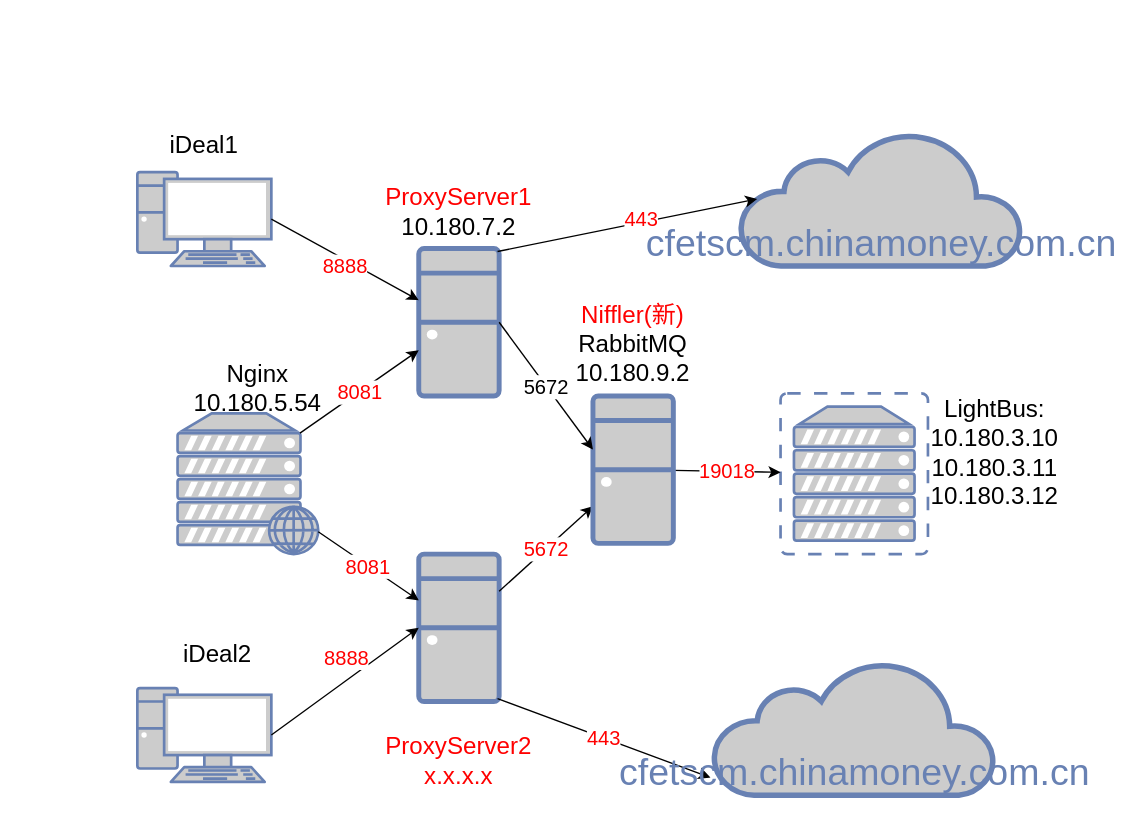
farrellcn/draw.io keeps this draw.io diagram as cotopus.drawio. Above is the earlier version. Source tidied: cells renumbered, new cells numbered last; positions are measured from the earlier drawing's top-left corner, leaving out a move shared by most shapes. Both pictures are drawn from the tidied source at 134%, with x=0, y=0 at pixel (137, 125).
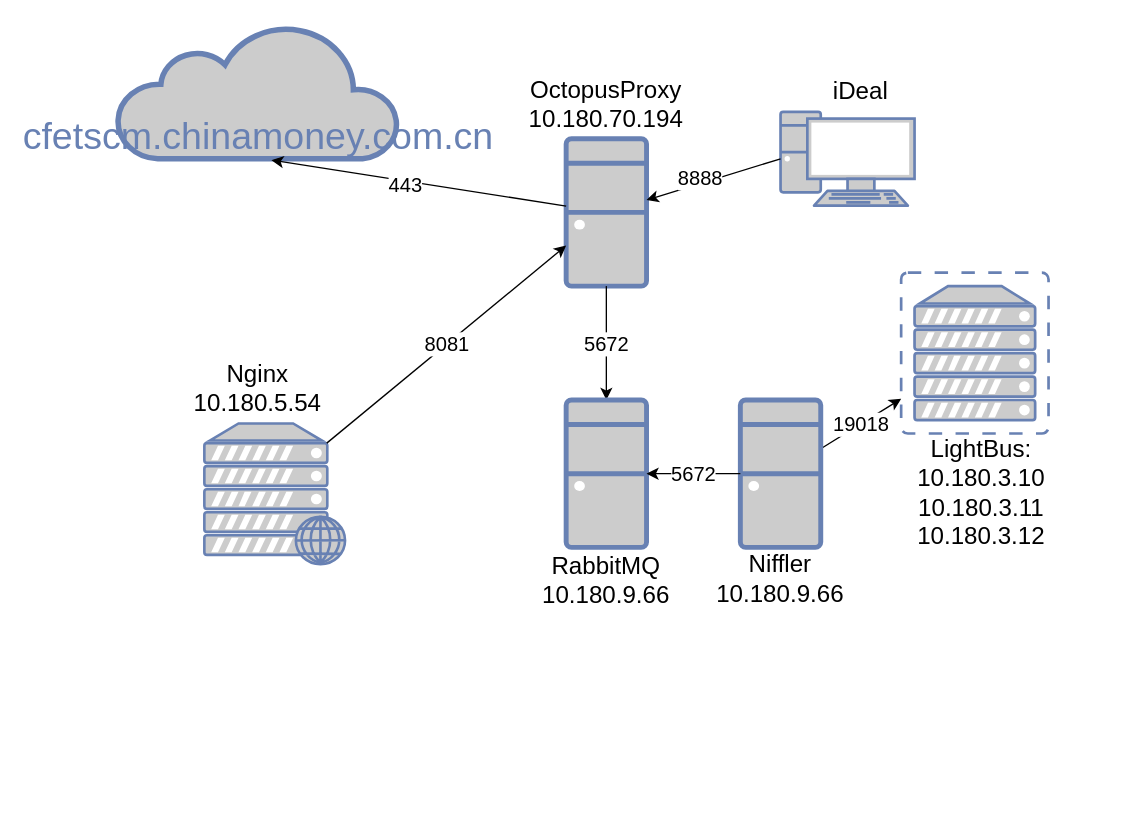
The same page after the edit.

Change to the diagram source:
```diff
@@
     <mxCell id="2" value="&lt;br&gt;&lt;br&gt;cfetscm.chinamoney.com.cn" style="html=1;fillColor=#CCCCCC;strokeColor=#6881B3;gradientColor=none;gradientDirection=north;strokeWidth=2;shape=mxgraph.networks.cloud;fontColor=#6881B3;rounded=0;shadow=0;comic=0;align=center;fontSize=28;" parent="1" vertex="1">
-      <mxGeometry x="450" y="5" width="210" height="100" as="geometry" />
+      <mxGeometry x="-15" y="-75" width="210" height="100" as="geometry" />
     </mxCell>
     <mxCell id="3" style="fontColor=#0066CC;verticalAlign=top;verticalLabelPosition=bottom;labelPosition=center;align=center;html=1;outlineConnect=0;fillColor=#CCCCCC;strokeColor=#6881B3;gradientColor=none;gradientDirection=north;strokeWidth=2;shape=mxgraph.networks.desktop_pc;" parent="1" vertex="1">
-      <mxGeometry x="210" y="92" width="60" height="110" as="geometry" />
+      <mxGeometry x="320" y="10" width="60" height="110" as="geometry" />
     </mxCell>
     <mxCell id="4" style="fontColor=#0066CC;verticalAlign=top;verticalLabelPosition=bottom;labelPosition=center;align=center;html=1;outlineConnect=0;fillColor=#CCCCCC;strokeColor=#6881B3;gradientColor=none;gradientDirection=north;strokeWidth=2;shape=mxgraph.networks.pc;" parent="1" vertex="1">
-      <mxGeometry y="35" width="100" height="70" as="geometry" />
+      <mxGeometry x="480" y="-10" width="100" height="70" as="geometry" />
     </mxCell>
-    <mxCell id="5" style="fontColor=#0066CC;verticalAlign=top;verticalLabelPosition=bottom;labelPosition=center;align=center;html=1;outlineConnect=0;fillColor=#CCCCCC;strokeColor=#6881B3;gradientColor=none;gradientDirection=north;strokeWidth=2;shape=mxgraph.networks.pc;" parent="1" vertex="1">
-      <mxGeometry y="420" width="100" height="70" as="geometry" />
-    </mxCell>
     <mxCell id="6" style="fontColor=#0066CC;verticalAlign=top;verticalLabelPosition=bottom;labelPosition=center;align=center;html=1;outlineConnect=0;fillColor=#CCCCCC;strokeColor=#6881B3;gradientColor=none;gradientDirection=north;strokeWidth=2;shape=mxgraph.networks.virtual_server;" parent="1" vertex="1">
-      <mxGeometry x="480" y="200" width="110" height="120" as="geometry" />
+      <mxGeometry x="570" y="110" width="110" height="120" as="geometry" />
     </mxCell>
-    <mxCell id="7" style="fontColor=#0066CC;verticalAlign=top;verticalLabelPosition=bottom;labelPosition=center;align=center;html=1;outlineConnect=0;fillColor=#CCCCCC;strokeColor=#6881B3;gradientColor=none;gradientDirection=north;strokeWidth=2;shape=mxgraph.networks.desktop_pc;" parent="1" vertex="1">
-      <mxGeometry x="210" y="320" width="60" height="110" as="geometry" />
-    </mxCell>
-    <mxCell id="8" value="&lt;font style=&quot;font-size: 18px;&quot;&gt;iDeal1&lt;br&gt;&lt;/font&gt;" style="text;strokeColor=none;align=center;fillColor=none;html=1;verticalAlign=middle;whiteSpace=wrap;rounded=0;" parent="1" vertex="1">
-      <mxGeometry x="20" width="60" height="30" as="geometry" />
+    <mxCell id="8" value="&lt;font style=&quot;font-size: 18px;&quot;&gt;iDeal&lt;br&gt;&lt;/font&gt;" style="text;strokeColor=none;align=center;fillColor=none;html=1;verticalAlign=middle;whiteSpace=wrap;rounded=0;" parent="1" vertex="1">
+      <mxGeometry x="510" y="-40" width="60" height="30" as="geometry" />
     </mxCell>
-    <mxCell id="9" value="&lt;font style=&quot;font-size: 18px;&quot;&gt;iDeal2&lt;br&gt;&lt;/font&gt;" style="text;strokeColor=none;align=center;fillColor=none;html=1;verticalAlign=middle;whiteSpace=wrap;rounded=0;" parent="1" vertex="1">
-      <mxGeometry x="30" y="380" width="60" height="30" as="geometry" />
-    </mxCell>
-    <mxCell id="10" value="&lt;font style=&quot;font-size: 18px;&quot;&gt;ProxyServer2&lt;br&gt;x.x.x.x&lt;br&gt;&lt;/font&gt;" style="text;strokeColor=none;align=center;fillColor=none;html=1;verticalAlign=middle;whiteSpace=wrap;rounded=0;fontColor=#FF0000;labelBackgroundColor=default;" parent="1" vertex="1">
-      <mxGeometry x="210" y="460" width="60" height="30" as="geometry" />
-    </mxCell>
-    <mxCell id="11" value="&lt;font style=&quot;font-size: 15px;&quot;&gt;443&lt;/font&gt;" style="endArrow=classic;html=1;rounded=0;exitX=0.98;exitY=0.02;exitDx=0;exitDy=0;exitPerimeter=0;entryX=0.06;entryY=0.5;entryDx=0;entryDy=0;entryPerimeter=0;fontSize=15;fontColor=#FF0000;" parent="1" edge="1" source="3" target="2">
+    <mxCell id="11" value="&lt;font style=&quot;font-size: 15px;&quot;&gt;443&lt;/font&gt;" style="endArrow=classic;html=1;rounded=0;fontSize=15;fontColor=#000000;entryX=0.548;entryY=1.01;entryDx=0;entryDy=0;entryPerimeter=0;" parent="1" edge="1" source="3" target="2">
       <mxGeometry x="0.1" y="3" relative="1" as="geometry">
         <mxPoint x="1" as="offset" />
       </mxGeometry>
     </mxCell>
-    <mxCell id="12" value="443" style="endArrow=classic;html=1;rounded=0;entryX=-0.011;entryY=0.868;entryDx=0;entryDy=0;entryPerimeter=0;fontSize=15;exitX=0.98;exitY=0.98;exitDx=0;exitDy=0;exitPerimeter=0;fontColor=#FF0000;" parent="1" edge="1" source="7" target="26">
-      <mxGeometry relative="1" as="geometry" />
-    </mxCell>
     <mxCell id="13" style="fontColor=#0066CC;verticalAlign=top;verticalLabelPosition=bottom;labelPosition=center;align=center;html=1;outlineConnect=0;fillColor=#CCCCCC;strokeColor=#6881B3;gradientColor=none;gradientDirection=north;strokeWidth=2;shape=mxgraph.networks.web_server;" parent="1" vertex="1">
-      <mxGeometry x="30" y="215" width="105" height="105" as="geometry" />
+      <mxGeometry x="50" y="222.5" width="105" height="105" as="geometry" />
     </mxCell>
     <mxCell id="14" value="&lt;font style=&quot;font-size: 18px;&quot;&gt;LightBus:&lt;br&gt;10.180.3.10&lt;br&gt;10.180.3.11&lt;br&gt;10.180.3.12&lt;br&gt;&lt;/font&gt;" style="text;strokeColor=none;align=center;fillColor=none;html=1;verticalAlign=middle;whiteSpace=wrap;rounded=0;" parent="1" vertex="1">
-      <mxGeometry x="610" y="230" width="60" height="30" as="geometry" />
+      <mxGeometry x="600" y="260" width="60" height="30" as="geometry" />
     </mxCell>
-    <mxCell id="15" value="&lt;font style=&quot;font-size: 15px;&quot;&gt;8081&lt;/font&gt;" style="endArrow=classic;html=1;rounded=0;exitX=0.87;exitY=0.14;exitDx=0;exitDy=0;exitPerimeter=0;fontColor=#FF0000;" parent="1" edge="1" source="13" target="3">
+    <mxCell id="15" value="&lt;font style=&quot;font-size: 15px;&quot;&gt;8081&lt;/font&gt;" style="endArrow=classic;html=1;rounded=0;exitX=0.87;exitY=0.14;exitDx=0;exitDy=0;exitPerimeter=0;fontColor=#000000;strokeColor=default;" parent="1" edge="1" source="13" target="3">
       <mxGeometry relative="1" as="geometry" />
     </mxCell>
@@
-    <mxCell id="17" value="19018" style="endArrow=classic;html=1;rounded=0;fontSize=15;fontColor=#FF0000;" parent="1" edge="1" source="19" target="6">
-      <mxGeometry relative="1" as="geometry" />
+    <mxCell id="17" value="19018" style="endArrow=classic;html=1;rounded=0;fontSize=15;fontColor=#000000;" parent="1" edge="1" source="19" target="6">
+      <mxGeometry x="-0.01" relative="1" as="geometry" />
     </mxCell>
-    <mxCell id="18" value="&lt;font style=&quot;font-size: 15px;&quot;&gt;5672&lt;/font&gt;" style="endArrow=classic;html=1;rounded=0;fontColor=#FF0000;" parent="1" edge="1" source="7" target="19">
-      <mxGeometry relative="1" as="geometry" />
-    </mxCell>
     <mxCell id="19" style="fontColor=#0066CC;verticalAlign=top;verticalLabelPosition=bottom;labelPosition=center;align=center;html=1;outlineConnect=0;fillColor=#CCCCCC;strokeColor=#6881B3;gradientColor=none;gradientDirection=north;strokeWidth=2;shape=mxgraph.networks.desktop_pc;" parent="1" vertex="1">
-      <mxGeometry x="340" y="202" width="60" height="110" as="geometry" />
+      <mxGeometry x="450" y="205" width="60" height="110" as="geometry" />
     </mxCell>
-    <mxCell id="20" value="&lt;font style=&quot;font-size: 15px;&quot;&gt;5672&lt;/font&gt;" style="endArrow=classic;html=1;rounded=0;exitX=1;exitY=0.5;exitDx=0;exitDy=0;exitPerimeter=0;entryX=0;entryY=0.364;entryDx=0;entryDy=0;entryPerimeter=0;" parent="1" edge="1" source="3" target="19">
+    <mxCell id="20" value="&lt;font style=&quot;font-size: 15px;&quot;&gt;5672&lt;/font&gt;" style="endArrow=classic;html=1;rounded=0;exitX=0.5;exitY=1;exitDx=0;exitDy=0;exitPerimeter=0;entryX=0.5;entryY=0;entryDx=0;entryDy=0;entryPerimeter=0;" parent="1" edge="1" source="3" target="29">
       <mxGeometry relative="1" as="geometry" />
     </mxCell>
-    <mxCell id="21" value="&lt;font style=&quot;font-size: 15px;&quot;&gt;8081&lt;/font&gt;" style="endArrow=classic;html=1;rounded=0;fontColor=#FF0000;" parent="1" edge="1" source="13" target="7">
-      <mxGeometry relative="1" as="geometry" />
-    </mxCell>
-    <mxCell id="22" style="endArrow=classic;html=1;rounded=0;exitX=1;exitY=0.5;exitDx=0;exitDy=0;exitPerimeter=0;" parent="1" edge="1" source="4" target="3">
+    <mxCell id="22" style="endArrow=classic;html=1;rounded=0;exitX=0;exitY=0.5;exitDx=0;exitDy=0;exitPerimeter=0;" parent="1" edge="1" source="4" target="3">
       <mxGeometry relative="1" as="geometry" />
     </mxCell>
-    <mxCell id="23" value="&lt;font style=&quot;font-size: 15px;&quot;&gt;8888&lt;/font&gt;" style="edgeLabel;html=1;align=center;verticalAlign=middle;fontColor=#FF0000;" parent="22" vertex="1">
+    <mxCell id="23" value="&lt;font style=&quot;font-size: 15px;&quot;&gt;8888&lt;/font&gt;" style="edgeLabel;html=1;align=center;verticalAlign=middle;fontColor=#000000;" parent="22" vertex="1">
       <mxGeometry x="0.33" y="-1" relative="1" as="geometry">
-        <mxPoint x="-18" y="-6" as="offset" />
+        <mxPoint x="7" y="-6" as="offset" />
       </mxGeometry>
     </mxCell>
-    <mxCell id="24" style="endArrow=classic;html=1;rounded=0;exitX=1;exitY=0.5;exitDx=0;exitDy=0;exitPerimeter=0;entryX=0;entryY=0.5;entryDx=0;entryDy=0;entryPerimeter=0;" parent="1" edge="1" source="5" target="7">
-      <mxGeometry relative="1" as="geometry" />
-    </mxCell>
-    <mxCell id="25" value="&lt;font style=&quot;font-size: 15px;&quot;&gt;8888&lt;/font&gt;" style="edgeLabel;html=1;align=center;verticalAlign=middle;fontColor=#FF0000;" parent="24" vertex="1">
-      <mxGeometry x="0.33" y="-1" relative="1" as="geometry">
-        <mxPoint x="-18" y="-6" as="offset" />
-      </mxGeometry>
-    </mxCell>
-    <mxCell id="26" value="&lt;br&gt;&lt;br&gt;cfetscm.chinamoney.com.cn" style="html=1;fillColor=#CCCCCC;strokeColor=#6881B3;gradientColor=none;gradientDirection=north;strokeWidth=2;shape=mxgraph.networks.cloud;fontColor=#6881B3;rounded=0;shadow=0;comic=0;align=center;fontSize=28;" parent="1" vertex="1">
-      <mxGeometry x="430" y="400" width="210" height="100" as="geometry" />
-    </mxCell>
-    <mxCell id="27" value="&lt;font style=&quot;font-size: 18px;&quot;&gt;&lt;font color=&quot;#ff0000&quot;&gt;Niffler(新)&lt;/font&gt;&lt;br&gt;RabbitMQ&lt;br&gt;10.180.9.2&lt;/font&gt;" style="text;strokeColor=none;align=center;fillColor=none;html=1;verticalAlign=middle;whiteSpace=wrap;rounded=0;" parent="1" vertex="1">
-      <mxGeometry x="340" y="149" width="60" height="30" as="geometry" />
+    <mxCell id="27" value="&lt;font style=&quot;font-size: 18px;&quot;&gt;RabbitMQ&lt;br&gt;10.180.9.66&lt;/font&gt;" style="text;strokeColor=none;align=center;fillColor=none;html=1;verticalAlign=middle;whiteSpace=wrap;rounded=0;" parent="1" vertex="1">
+      <mxGeometry x="320" y="325" width="60" height="29" as="geometry" />
     </mxCell>
-    <mxCell id="28" value="&lt;font style=&quot;font-size: 18px;&quot;&gt;&lt;font color=&quot;#ff0000&quot;&gt;ProxyServer1&lt;/font&gt;&lt;br&gt;10.180.7.2&lt;/font&gt;" style="text;strokeColor=none;align=center;fillColor=none;html=1;verticalAlign=middle;whiteSpace=wrap;rounded=0;" parent="1" vertex="1">
-      <mxGeometry x="210" y="50" width="60" height="30" as="geometry" />
+    <mxCell id="28" value="&lt;font style=&quot;font-size: 18px;&quot;&gt;OctopusProxy&lt;br&gt;10.180.70.194&lt;/font&gt;" style="text;strokeColor=none;align=center;fillColor=none;html=1;verticalAlign=middle;whiteSpace=wrap;rounded=0;" parent="1" vertex="1">
+      <mxGeometry x="320" y="-30" width="60" height="30" as="geometry" />
     </mxCell>
+    <mxCell id="29" style="fontColor=#0066CC;verticalAlign=top;verticalLabelPosition=bottom;labelPosition=center;align=center;html=1;outlineConnect=0;fillColor=#CCCCCC;strokeColor=#6881B3;gradientColor=none;gradientDirection=north;strokeWidth=2;shape=mxgraph.networks.desktop_pc;" parent="1" vertex="1">
+      <mxGeometry x="320" y="205" width="60" height="110" as="geometry" />
+    </mxCell>
+    <mxCell id="30" value="&lt;font style=&quot;font-size: 18px;&quot;&gt;Niffler&lt;br&gt;10.180.9.66&lt;/font&gt;" style="text;strokeColor=none;align=center;fillColor=none;html=1;verticalAlign=middle;whiteSpace=wrap;rounded=0;" parent="1" vertex="1">
+      <mxGeometry x="450" y="324" width="60" height="30" as="geometry" />
+    </mxCell>
+    <mxCell id="18" value="&lt;font style=&quot;font-size: 15px;&quot;&gt;5672&lt;/font&gt;" style="endArrow=classic;html=1;rounded=0;exitX=0;exitY=0.5;exitDx=0;exitDy=0;exitPerimeter=0;entryX=1;entryY=0.5;entryDx=0;entryDy=0;entryPerimeter=0;" parent="1" edge="1" source="19" target="29">
+      <mxGeometry relative="1" as="geometry" />
+    </mxCell>
+    <mxCell id="31" style="edgeStyle=orthogonalEdgeStyle;rounded=0;orthogonalLoop=1;jettySize=auto;html=1;exitX=0.5;exitY=1;exitDx=0;exitDy=0;" parent="1" edge="1" source="27" target="27">
+      <mxGeometry relative="1" as="geometry" />
+    </mxCell>
```
